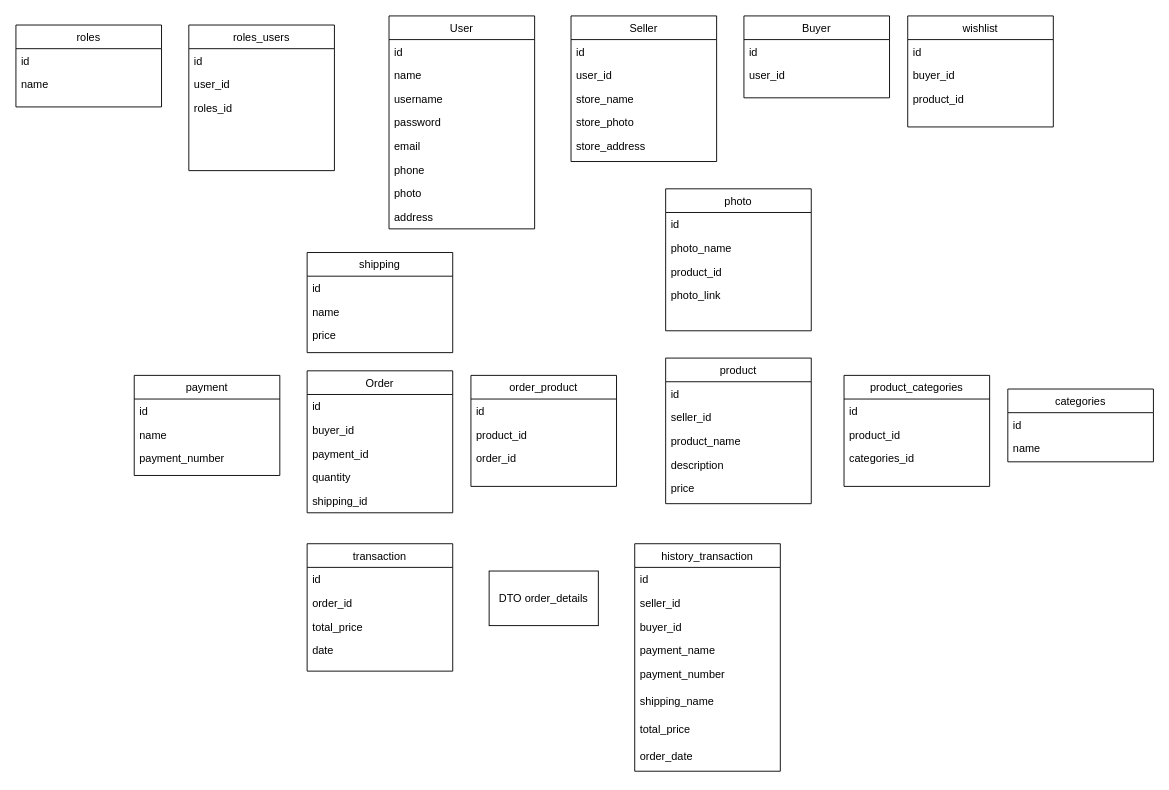
Before: ERD_montreISTa.drawio in codeblue-bootcamp-infosys-binar/Misc, a draw.io diagram. Source tidied: cells renumbered, new cells numbered last; positions are measured from the earlier drawing's top-left corner, leaving out a move shared by most shapes. Both pictures are drawn from the tidied source at 91%, with x=0, y=0 at pixel (15, 15).
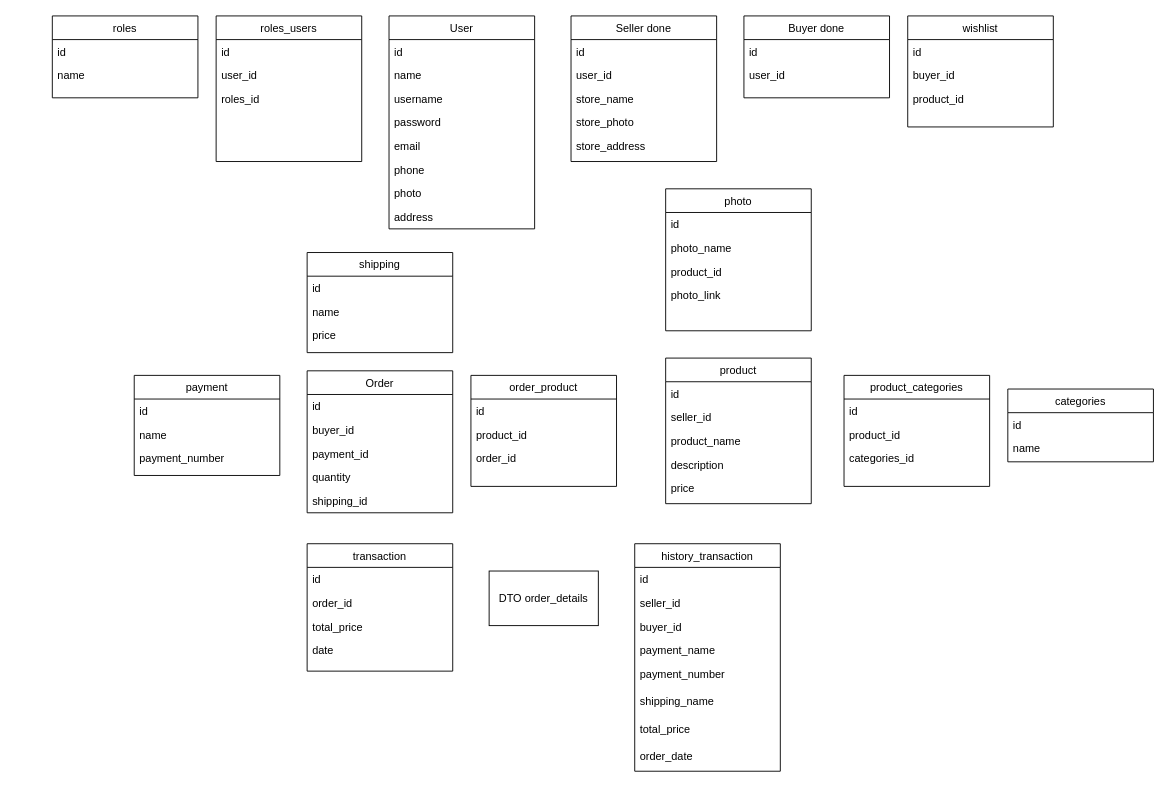
The same page after the edit.

What changed in the source:
```diff
@@
-    <mxCell id="11" value="Buyer" style="swimlane;fontStyle=0;align=center;verticalAlign=top;horizontal=1;startSize=26;rounded=0;shadow=0;strokeWidth=1;" parent="1" vertex="1">
+    <mxCell id="11" value="Buyer done" style="swimlane;fontStyle=0;align=center;verticalAlign=top;horizontal=1;startSize=26;rounded=0;shadow=0;strokeWidth=1;" parent="1" vertex="1">
       <mxGeometry x="800" width="160" height="90" as="geometry" />
     </mxCell>
@@
-    <mxCell id="18" value="Seller" style="swimlane;fontStyle=0;align=center;verticalAlign=top;horizontal=1;startSize=26;rounded=0;shadow=0;strokeWidth=1;" parent="1" vertex="1">
+    <mxCell id="18" value="Seller done" style="swimlane;fontStyle=0;align=center;verticalAlign=top;horizontal=1;startSize=26;rounded=0;shadow=0;strokeWidth=1;" parent="1" vertex="1">
       <mxGeometry x="610" width="160" height="160" as="geometry" />
     </mxCell>
@@
     <mxCell id="75" value="roles" style="swimlane;fontStyle=0;align=center;verticalAlign=top;horizontal=1;startSize=26;rounded=0;shadow=0;strokeWidth=1;" parent="1" vertex="1">
-      <mxGeometry y="10" width="160" height="90" as="geometry" />
+      <mxGeometry x="40" width="160" height="90" as="geometry" />
     </mxCell>
@@
     <mxCell id="78" value="roles_users" style="swimlane;fontStyle=0;align=center;verticalAlign=top;horizontal=1;startSize=26;rounded=0;shadow=0;strokeWidth=1;" parent="1" vertex="1">
-      <mxGeometry x="190" y="10" width="160" height="160" as="geometry" />
+      <mxGeometry x="220" width="160" height="160" as="geometry" />
     </mxCell>
```
